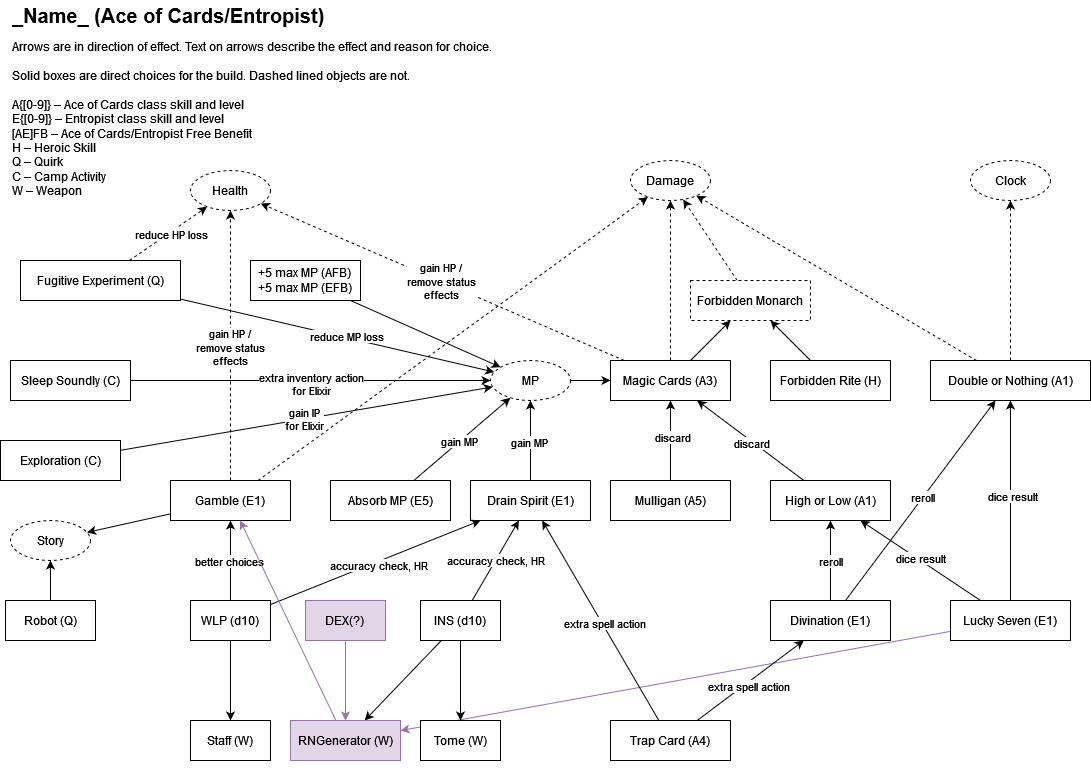
Before: Fab_Ult_Ace_of_Cards.drawio.png, a diagram exported from draw.io (nzNancyZhao/drawio). Source tidied: cells renumbered, new cells last; positions are measured from the earlier drawing's top-left corner, leaving out a move shared by most shapes.
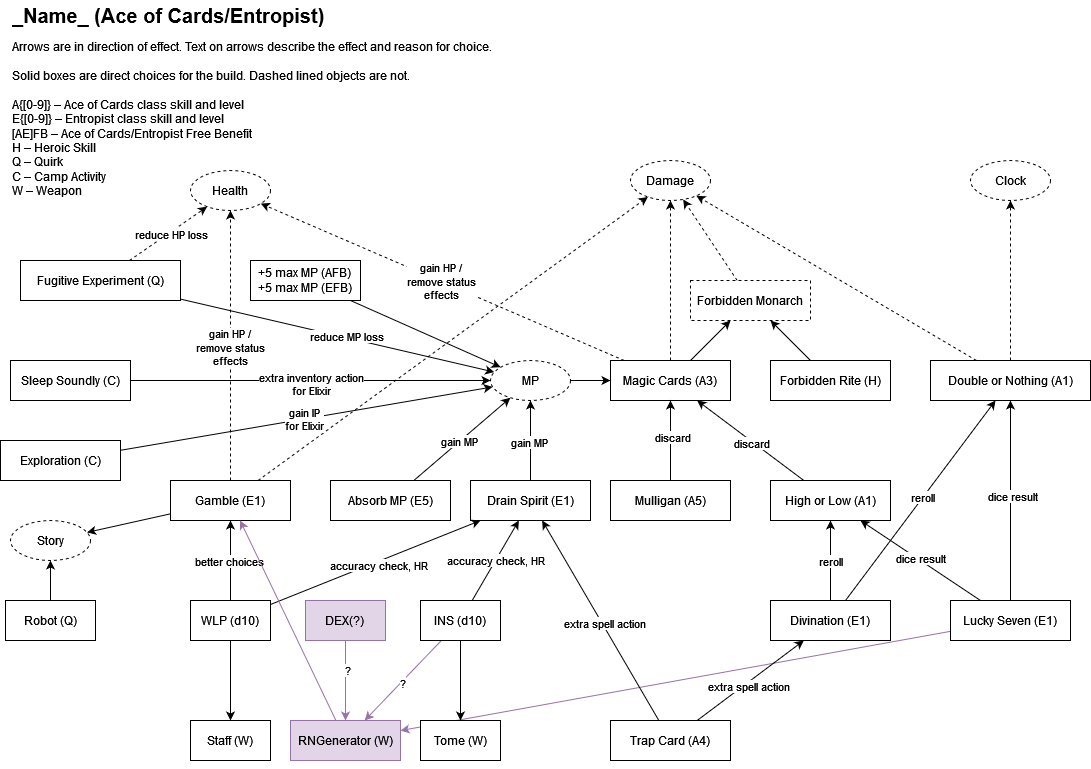
Later version of the same file.

Change to the diagram source:
```diff
@@ -132,9 +132,12 @@
     <mxCell id="43" style="rounded=0;jettySize=auto;html=1;" parent="1" edge="1" source="45" target="69">
       <mxGeometry relative="1" as="geometry" />
     </mxCell>
-    <mxCell id="44" style="rounded=0;jettySize=auto;html=1;" parent="1" edge="1" source="45" target="79">
+    <mxCell id="44" style="rounded=0;jettySize=auto;html=1;fillColor=#e1d5e7;strokeColor=#9673a6;" parent="1" edge="1" source="45" target="79">
       <mxGeometry relative="1" as="geometry" />
     </mxCell>
+    <mxCell id="87" value="?" style="edgeLabel;html=1;align=center;verticalAlign=middle;" parent="44" vertex="1">
+      <mxGeometry x="0.03" y="1" relative="1" as="geometry" />
+    </mxCell>
     <mxCell id="45" value="&lt;div&gt;INS (d10)&lt;/div&gt;" style="rounded=0;whiteSpace=wrap;html=1;" parent="1" vertex="1">
       <mxGeometry x="420" y="600" width="80" height="40" as="geometry" />
     </mxCell>
@@ -245,6 +248,9 @@
     <mxCell id="80" style="rounded=0;jettySize=auto;html=1;fillColor=#e1d5e7;strokeColor=#9673a6;" parent="1" edge="1" source="81" target="79">
       <mxGeometry relative="1" as="geometry" />
     </mxCell>
+    <mxCell id="88" value="?" style="edgeLabel;html=1;align=center;verticalAlign=middle;" parent="80" vertex="1">
+      <mxGeometry x="-0.26" y="2" relative="1" as="geometry" />
+    </mxCell>
     <mxCell id="81" value="&lt;div&gt;DEX(?)&lt;br&gt;&lt;/div&gt;" style="rounded=0;whiteSpace=wrap;html=1;fillColor=#e1d5e7;strokeColor=#9673a6;" parent="1" vertex="1">
       <mxGeometry x="305" y="600" width="80" height="40" as="geometry" />
     </mxCell>
```
